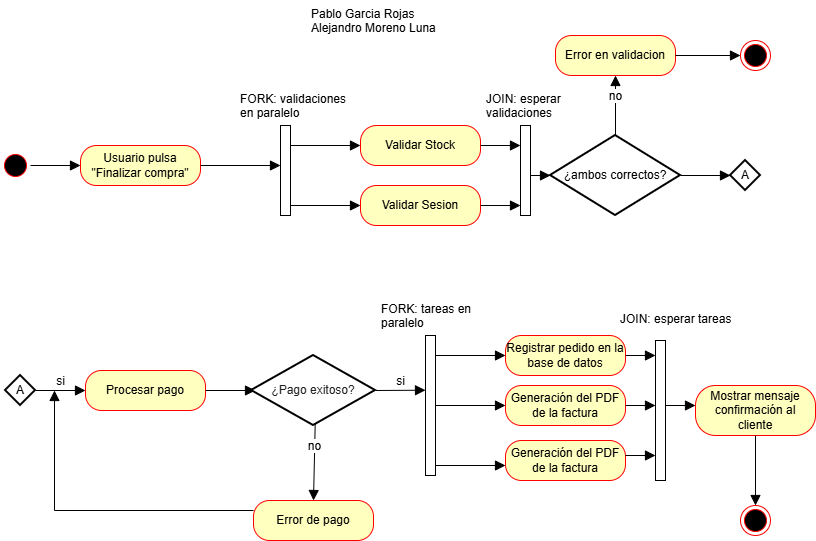
This is img/Diagrama.drawio.png from alejandromoreno25/EDD_UML_Moreno_Alejandro, a draw.io export, as it was before one commit. Source tidied: cells renumbered, new cells last; positions are measured from the earlier drawing's top-left corner, leaving out a move shared by most shapes.
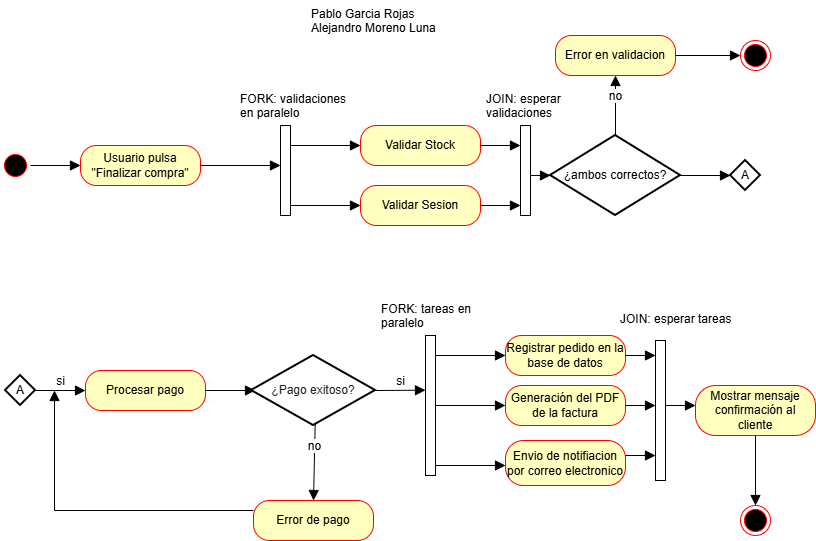
Above is the later version.

Commit message:
cambio en estructura

Diff of the diagram source:
```diff
@@ -125,8 +125,8 @@
     <mxCell id="35" value="Generación del PDF de la factura" style="rounded=1;whiteSpace=wrap;html=1;arcSize=40;fontColor=#000000;fillColor=#ffffc0;strokeColor=#ff0000;" parent="1" vertex="1">
       <mxGeometry x="505" y="385" width="120" height="40" as="geometry" />
     </mxCell>
-    <mxCell id="36" value="Generación del PDF de la factura" style="rounded=1;whiteSpace=wrap;html=1;arcSize=40;fontColor=#000000;fillColor=#ffffc0;strokeColor=#ff0000;" parent="1" vertex="1">
-      <mxGeometry x="505" y="440" width="120" height="40" as="geometry" />
+    <mxCell id="36" value="Envio de notifiacion por correo electronico" style="rounded=1;whiteSpace=wrap;html=1;arcSize=40;fontColor=#000000;fillColor=#ffffc0;strokeColor=#ff0000;" parent="1" vertex="1">
+      <mxGeometry x="505" y="440" width="120" height="45" as="geometry" />
     </mxCell>
     <mxCell id="37" style="html=1;points=[[0,0,0,0,5],[0,1,0,0,-5],[1,0,0,0,5],[1,1,0,0,-5]];perimeter=orthogonalPerimeter;outlineConnect=0;targetShapes=umlLifeline;portConstraint=eastwest;newEdgeStyle={&quot;curved&quot;:0,&quot;rounded&quot;:0};" parent="1" vertex="1">
       <mxGeometry x="655" y="340" width="10" height="140" as="geometry" />
```
